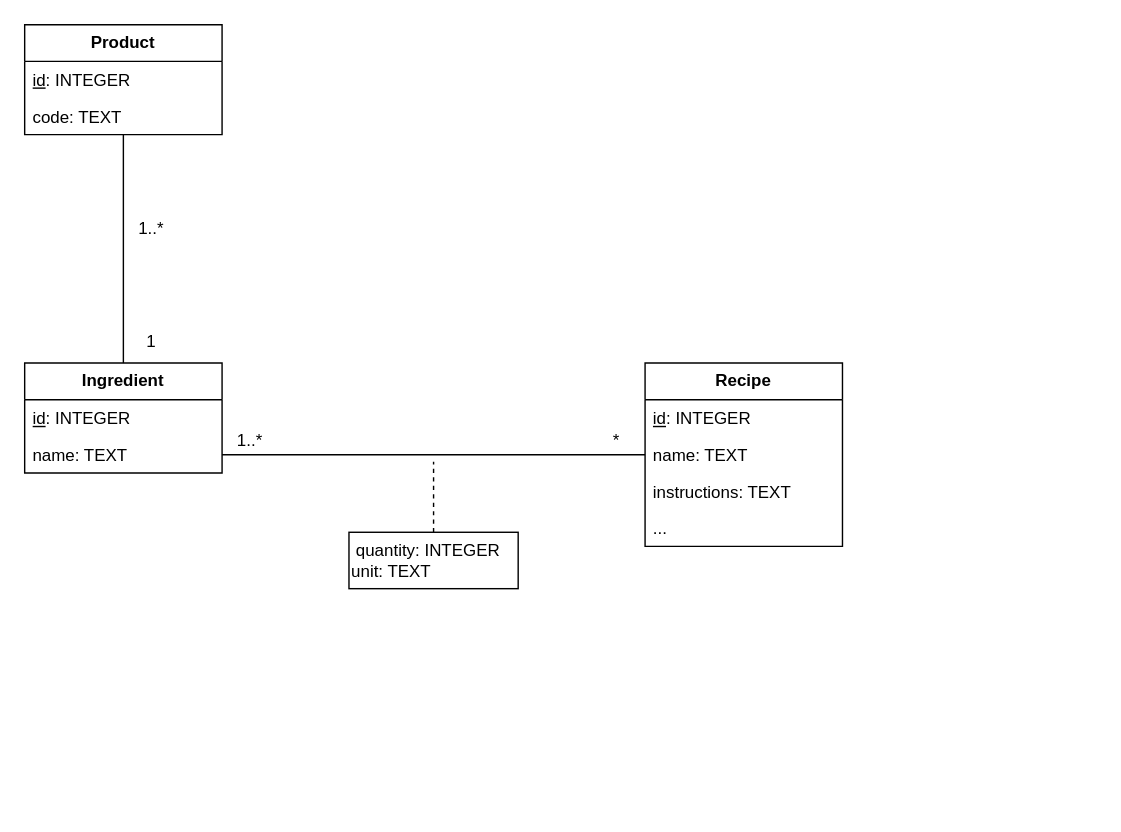
pdg-16-2025/homeal keeps this draw.io diagram as doc/db-schema.drawio. Above is the earlier version. Source tidied: cells renumbered, new cells numbered last; positions are measured from the earlier drawing's top-left corner, leaving out a move shared by most shapes. Both pictures are drawn from the tidied source at 141%, with x=0, y=0 at pixel (24, 24).
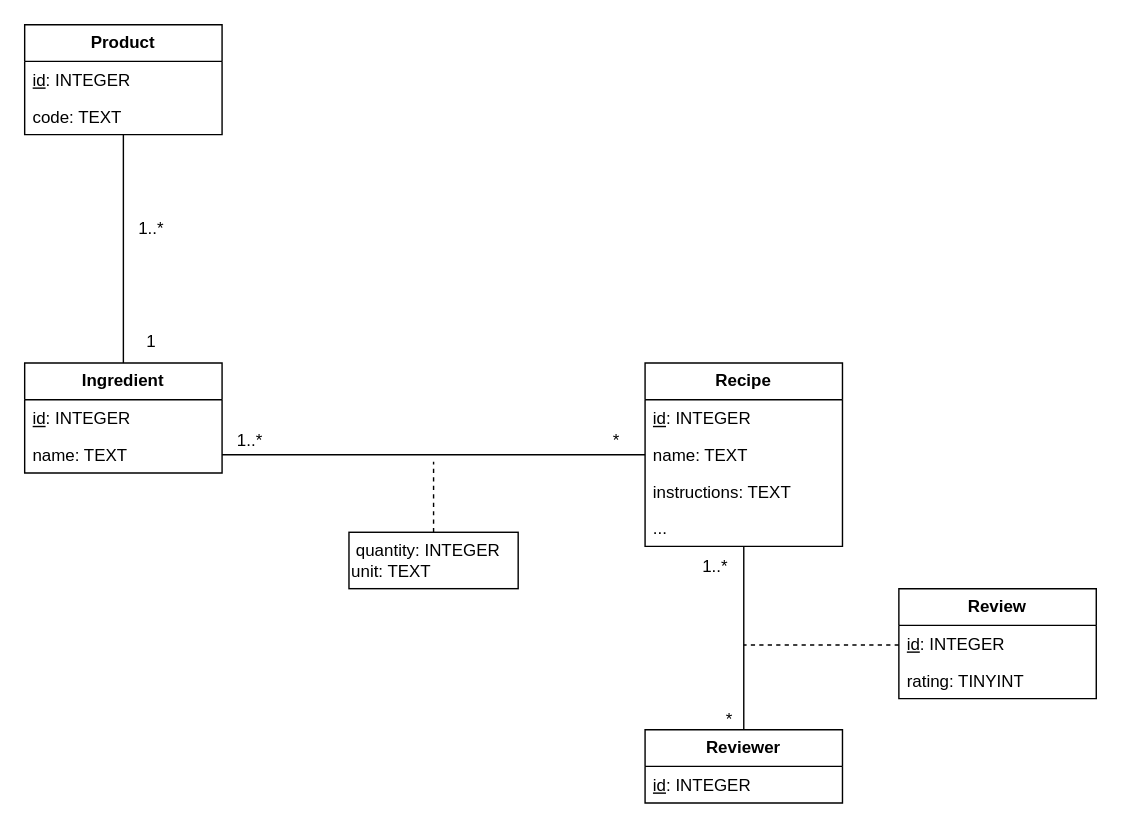
After the change.

Commit message:
Updated scheme with review

What changed in the source:
```diff
@@
+    <mxCell id="21" value="&lt;b&gt;Reviewer&lt;/b&gt;" style="swimlane;fontStyle=0;horizontal=1;startSize=26;fillColor=none;whiteSpace=wrap;html=1;" parent="1" vertex="1">
+      <mxGeometry x="440" y="500" width="140" height="52" as="geometry" />
+    </mxCell>
+    <mxCell id="22" value="&lt;u&gt;id&lt;/u&gt;: INTEGER" style="text;strokeColor=none;fillColor=none;align=left;verticalAlign=top;spacingLeft=4;spacingRight=4;overflow=hidden;whiteSpace=wrap;html=1;" parent="21" vertex="1">
+      <mxGeometry y="26" width="140" height="26" as="geometry" />
+    </mxCell>
+    <mxCell id="23" style="edgeStyle=orthogonalEdgeStyle;rounded=0;jettySize=auto;html=1;entryX=0.5;entryY=0;entryDx=0;entryDy=0;endArrow=none;endFill=0;" parent="1" edge="1" target="21">
+      <mxGeometry relative="1" as="geometry">
+        <mxPoint x="510" y="370" as="sourcePoint" />
+        <Array as="points">
+          <mxPoint x="510" y="410" />
+          <mxPoint x="510" y="410" />
+        </Array>
+      </mxGeometry>
+    </mxCell>
+    <mxCell id="24" style="endArrow=none;dashed=1;html=1;rounded=0;" parent="1" edge="1">
+      <mxGeometry relative="1" as="geometry">
+        <mxPoint x="620" y="440" as="sourcePoint" />
+        <mxPoint x="510" y="440" as="targetPoint" />
+      </mxGeometry>
+    </mxCell>
+    <mxCell id="25" value="&lt;b&gt;Review&lt;/b&gt;" style="swimlane;fontStyle=0;horizontal=1;startSize=26;fillColor=none;whiteSpace=wrap;html=1;" parent="1" vertex="1">
+      <mxGeometry x="620" y="400" width="140" height="78" as="geometry" />
+    </mxCell>
+    <mxCell id="26" value="&lt;u&gt;id&lt;/u&gt;: INTEGER" style="text;strokeColor=none;fillColor=none;align=left;verticalAlign=top;spacingLeft=4;spacingRight=4;overflow=hidden;whiteSpace=wrap;html=1;" parent="25" vertex="1">
+      <mxGeometry y="26" width="140" height="26" as="geometry" />
+    </mxCell>
+    <mxCell id="27" value="rating: TINYINT" style="text;strokeColor=none;fillColor=none;align=left;verticalAlign=top;spacingLeft=4;spacingRight=4;overflow=hidden;whiteSpace=wrap;html=1;" parent="25" vertex="1">
+      <mxGeometry y="52" width="140" height="26" as="geometry" />
+    </mxCell>
+    <mxCell id="28" value="1..*" style="text;html=1;align=center;verticalAlign=middle;whiteSpace=wrap;rounded=0;" parent="1" vertex="1">
+      <mxGeometry x="460" y="370" width="60" height="30" as="geometry" />
+    </mxCell>
+    <mxCell id="29" value="*" style="text;html=1;align=center;verticalAlign=middle;whiteSpace=wrap;rounded=0;" parent="1" vertex="1">
+      <mxGeometry x="470" y="478" width="60" height="30" as="geometry" />
+    </mxCell>
```
